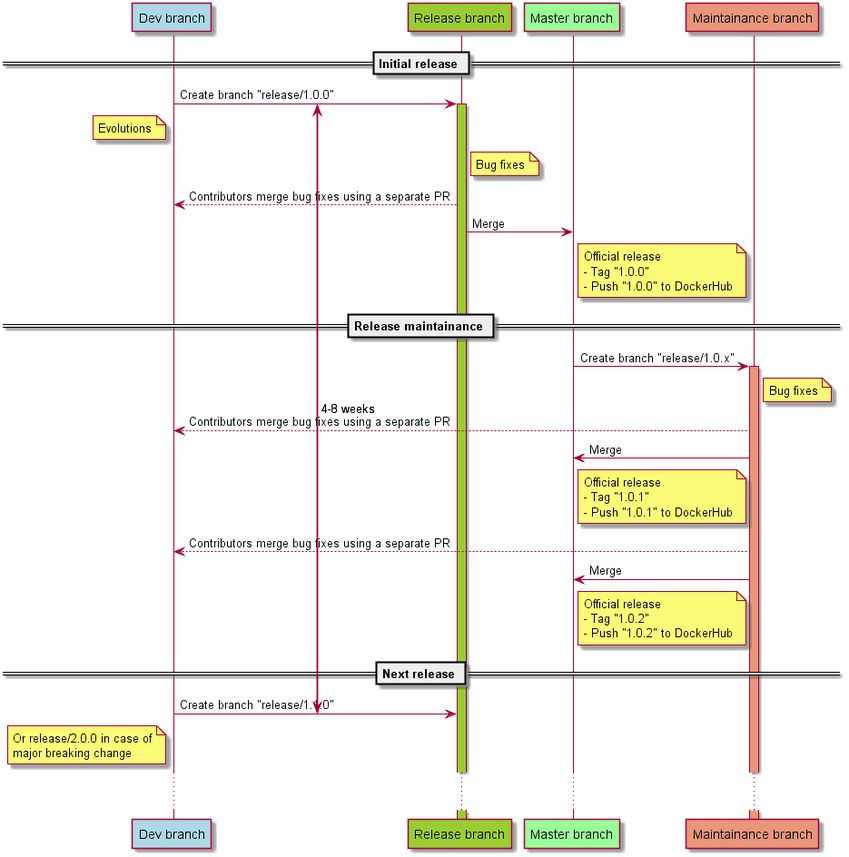
Above: doc/branching_model.png in DefectDojo/django-DefectDojo (PlantUML), before the change.
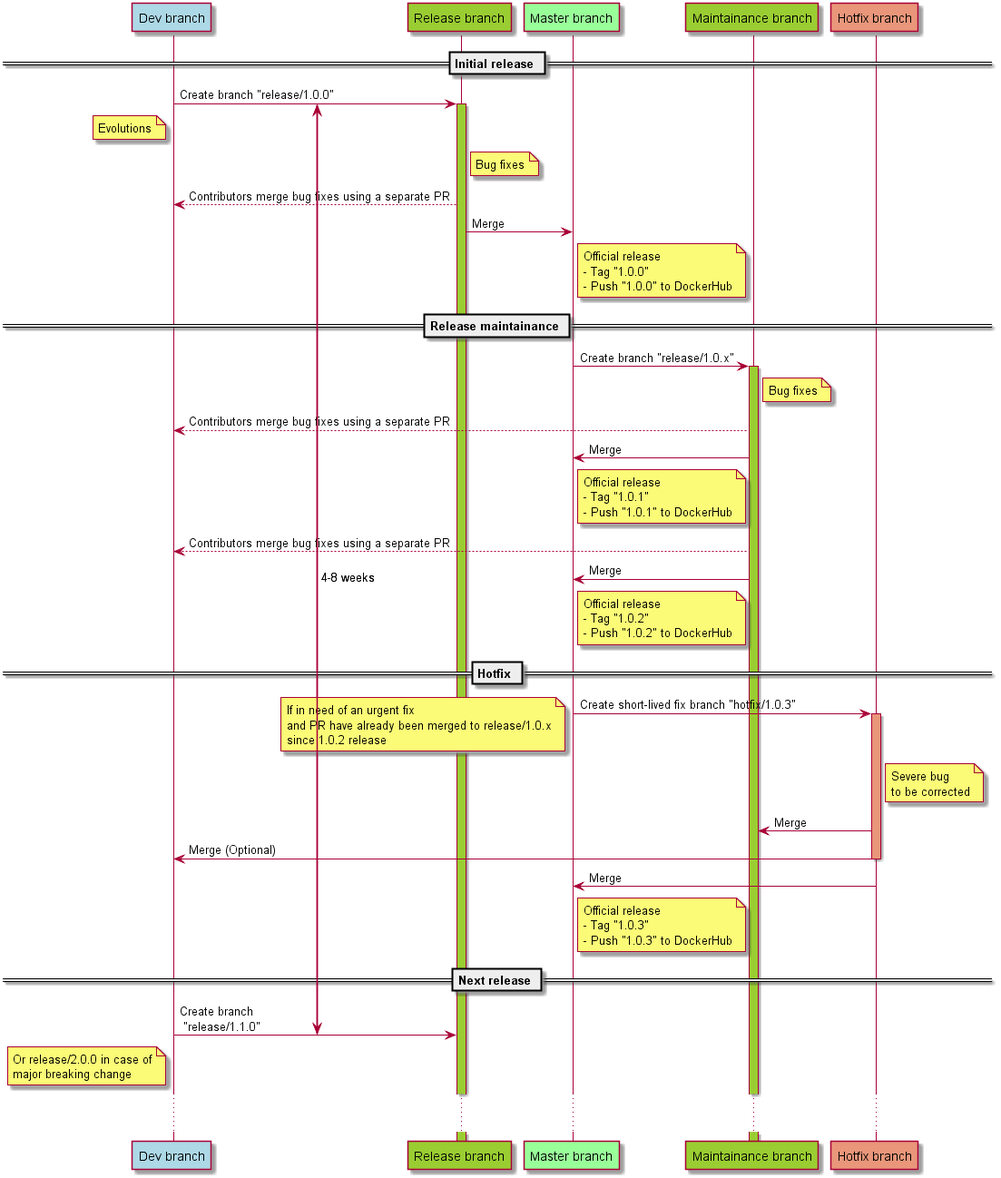
The same file after the commit.

Commit message:
re-add hotfix flow

The edit, as a diff of the source:
```diff
@@ -5,7 +5,8 @@
 participant "Dev branch" as devbranch order 10 #LightBlue
 participant "Release branch" as rlsbranch order 20 #YellowGreen
 participant "Master branch" as master order 30 #99FF99
-participant "Maintainance branch" as maintainbranch order 40 #DarkSalmon
+participant "Maintainance branch" as maintainbranch order 40 #YellowGreen
+participant "Hotfix branch" as hotbranch order 40 #DarkSalmon
 
 {startrc} devbranch -> rlsbranch ++ #YellowGreen: Create branch "release/1.0.0"
 
@@ -31,7 +32,7 @@
 end note
 
 == Release maintainance ==
-master -> maintainbranch ++ #DarkSalmon: Create branch "release/1.0.x"
+master -> maintainbranch ++ #YellowGreen: Create branch "release/1.0.x"
 
 note right of maintainbranch
   Bug fixes
@@ -56,8 +57,31 @@
     - Push "1.0.2" to DockerHub
 end note
 
+== Hotfix ==
+
+master -> hotbranch ++ #DarkSalmon: Create short-lived fix branch "hotfix/1.0.3"
+note left
+If in need of an urgent fix
+and PR have already been merged to release/1.0.x
+since 1.0.2 release
+end note
+
+note right of hotbranch
+    Severe bug
+    to be corrected
+end note
+
+hotbranch -> maintainbranch: Merge
+hotbranch -> devbranch --: Merge (Optional)
+hotbranch -> master --: Merge
+note right of master
+    Official release
+    - Tag "1.0.3"
+    - Push "1.0.3" to DockerHub
+end note
+
 == Next release ==
-{endrc} devbranch -> rlsbranch: Create branch "release/1.1.0"
+{endrc} devbranch -> rlsbranch: Create branch\n "release/1.1.0"
 note left of devbranch
   Or release/2.0.0 in case of
   major breaking change
@@ -65,7 +89,7 @@
 
 
 ... ...
-{startrc} <-> {endrc}: 4-8 weeks
+{startrc} <-> {endrc}: \n4-8 weeks
 
 
 @enduml
```
